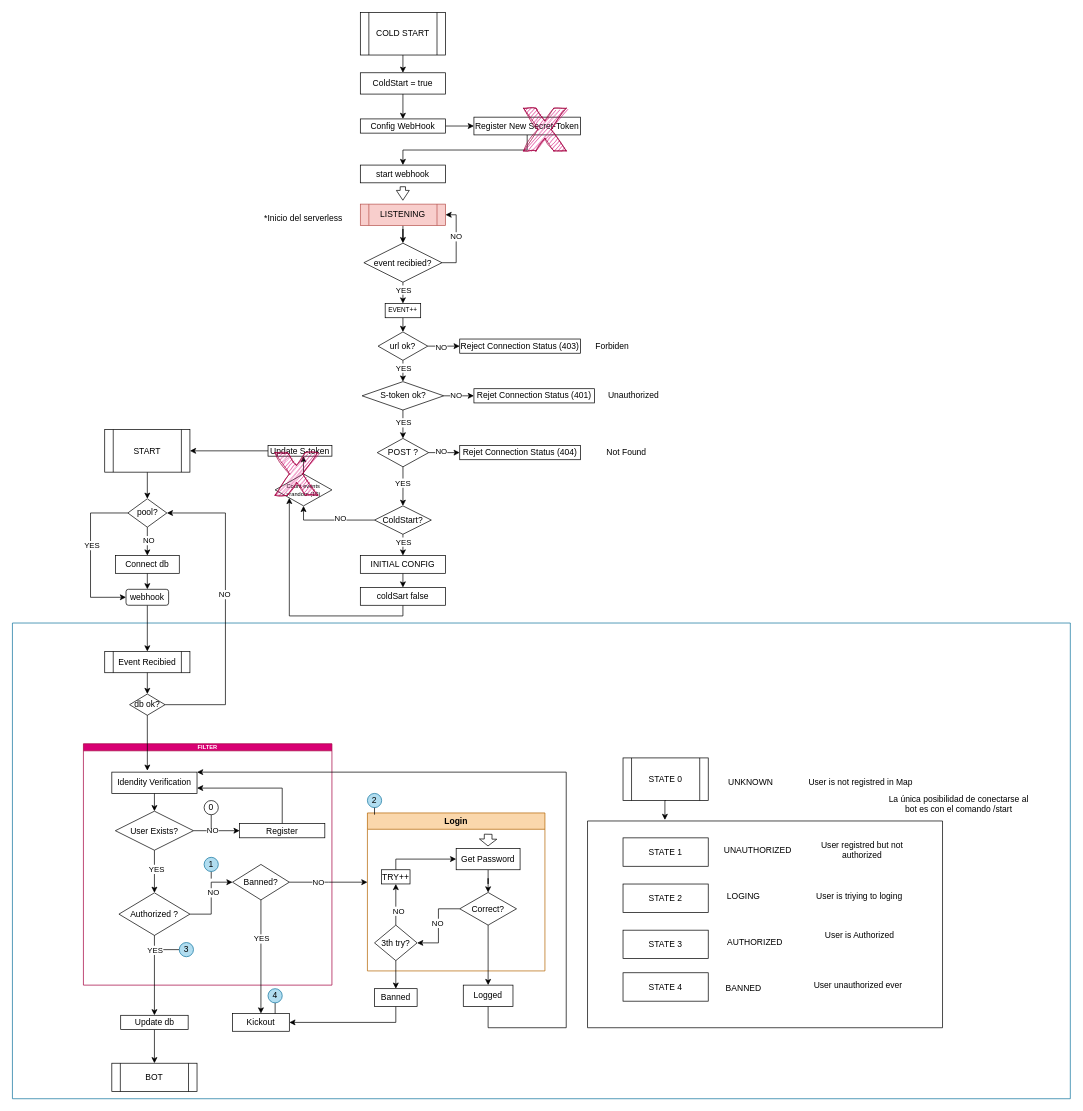
Before: TLGM_BOT_V3/Diagrama-TLGBOTV3.drawio in lewopxd/draw.io-repos, a draw.io diagram. Source tidied: cells renumbered, new cells numbered last; positions are measured from the earlier drawing's top-left corner, leaving out a move shared by most shapes. Both pictures are drawn from the tidied source at 71%, with x=0, y=0 at pixel (12, 12).
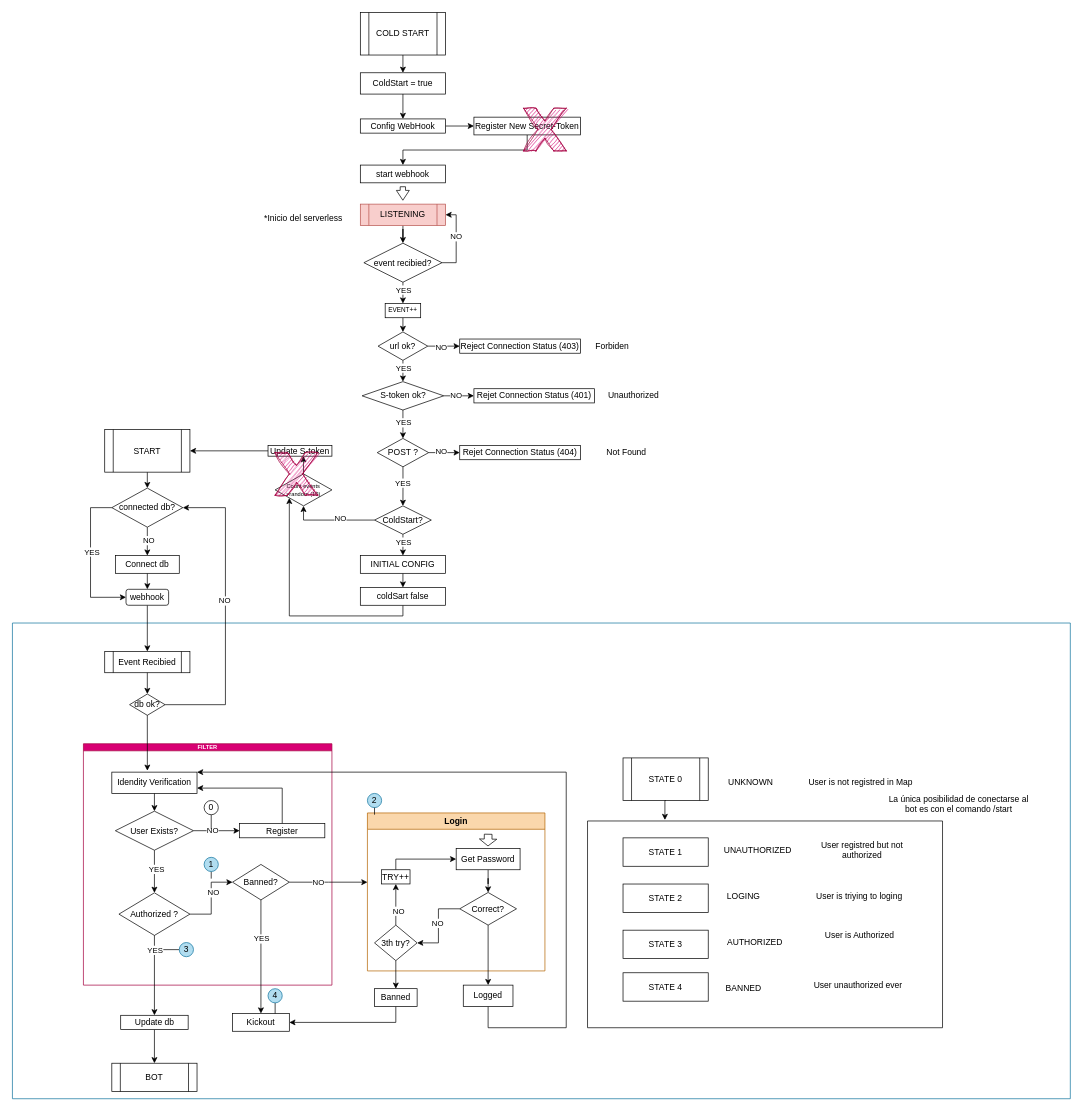
The same diagram, later.

Unchanged cells that the change refers to:
```xml
<mxCell id="70" value="db ok?" style="rhombus;whiteSpace=wrap;html=1;" parent="2" vertex="1">
  <mxGeometry x="165" y="100" width="50" height="30" as="geometry" />
</mxCell>
<mxCell id="88" value="webhook" style="rounded=1;whiteSpace=wrap;html=1;" parent="1" vertex="1">
  <mxGeometry x="160" y="812.5" width="60" height="22.5" as="geometry" />
</mxCell>
```

Diff of the diagram source:
```diff
@@
     <mxCell id="80" style="edgeStyle=orthogonalEdgeStyle;rounded=0;jettySize=auto;html=1;exitX=1;exitY=0.5;exitDx=0;exitDy=0;entryX=1;entryY=0.5;entryDx=0;entryDy=0;" parent="1" edge="1" source="70" target="86">
       <mxGeometry relative="1" as="geometry">
         <Array as="points">
           <mxPoint x="300" y="975" />
-          <mxPoint x="300" y="705" />
+          <mxPoint x="300" y="698" />
         </Array>
       </mxGeometry>
     </mxCell>
@@
     <mxCell id="84" style="edgeStyle=orthogonalEdgeStyle;rounded=0;jettySize=auto;html=1;exitX=0;exitY=0.5;exitDx=0;exitDy=0;entryX=0;entryY=0.5;entryDx=0;entryDy=0;" parent="1" edge="1" source="86" target="88">
       <mxGeometry relative="1" as="geometry">
         <Array as="points">
-          <mxPoint x="110" y="705" />
+          <mxPoint x="110" y="698" />
           <mxPoint x="110" y="824" />
         </Array>
       </mxGeometry>
     </mxCell>
@@
-    <mxCell id="86" value="pool?" style="rhombus;whiteSpace=wrap;html=1;" parent="1" vertex="1">
-      <mxGeometry x="162.5" y="685" width="55" height="40" as="geometry" />
+    <mxCell id="86" value="connected db?" style="rhombus;whiteSpace=wrap;html=1;" parent="1" vertex="1">
+      <mxGeometry x="140" y="670" width="100" height="55" as="geometry" />
     </mxCell>
```
